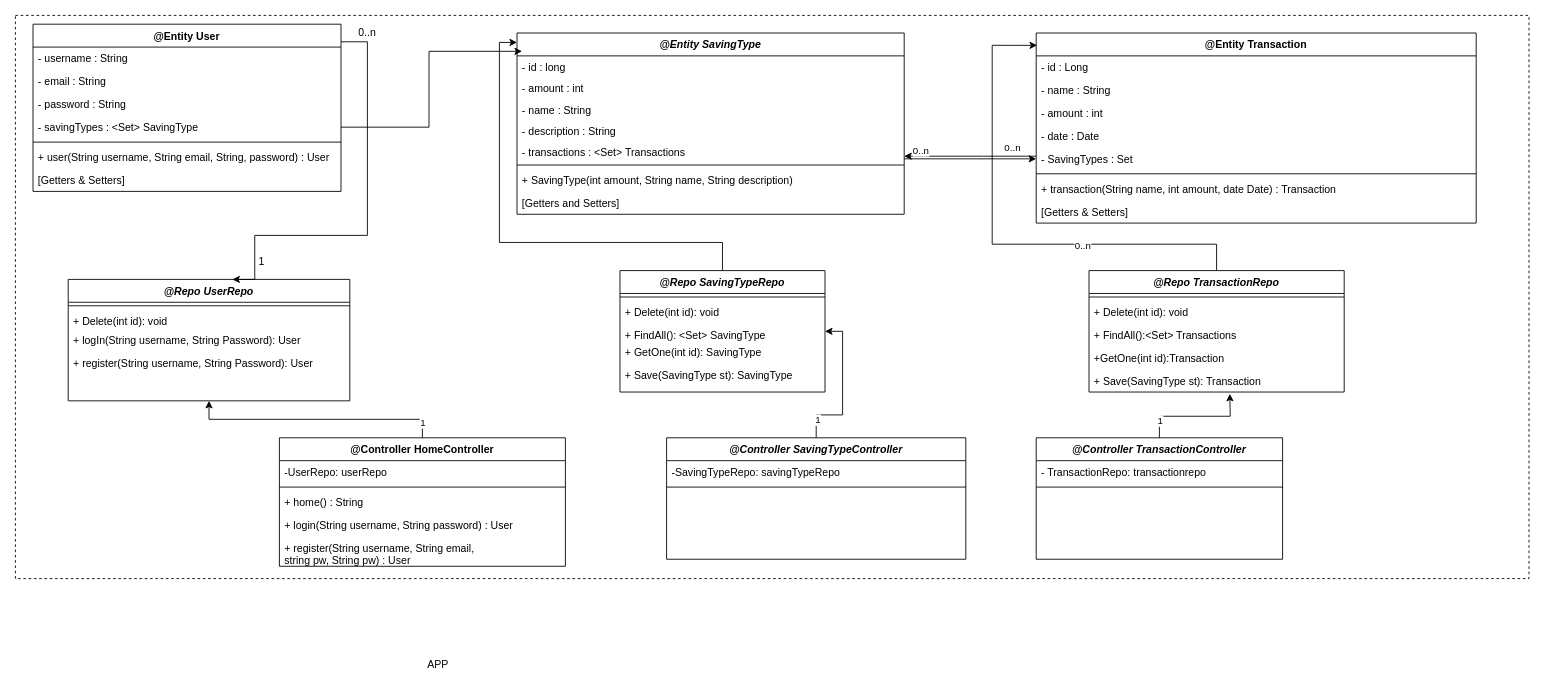
bhs15/BaraSpara-Hopur19 keeps this draw.io diagram as DIAGRAMS-verkefni-2/UMLCLASS.drawio. Above is the earlier version. Source tidied: cells renumbered, new cells numbered last; positions are measured from the earlier drawing's top-left corner, leaving out a move shared by most shapes. Both pictures are drawn from the tidied source at 88%, with x=0, y=0 at pixel (15, 15).
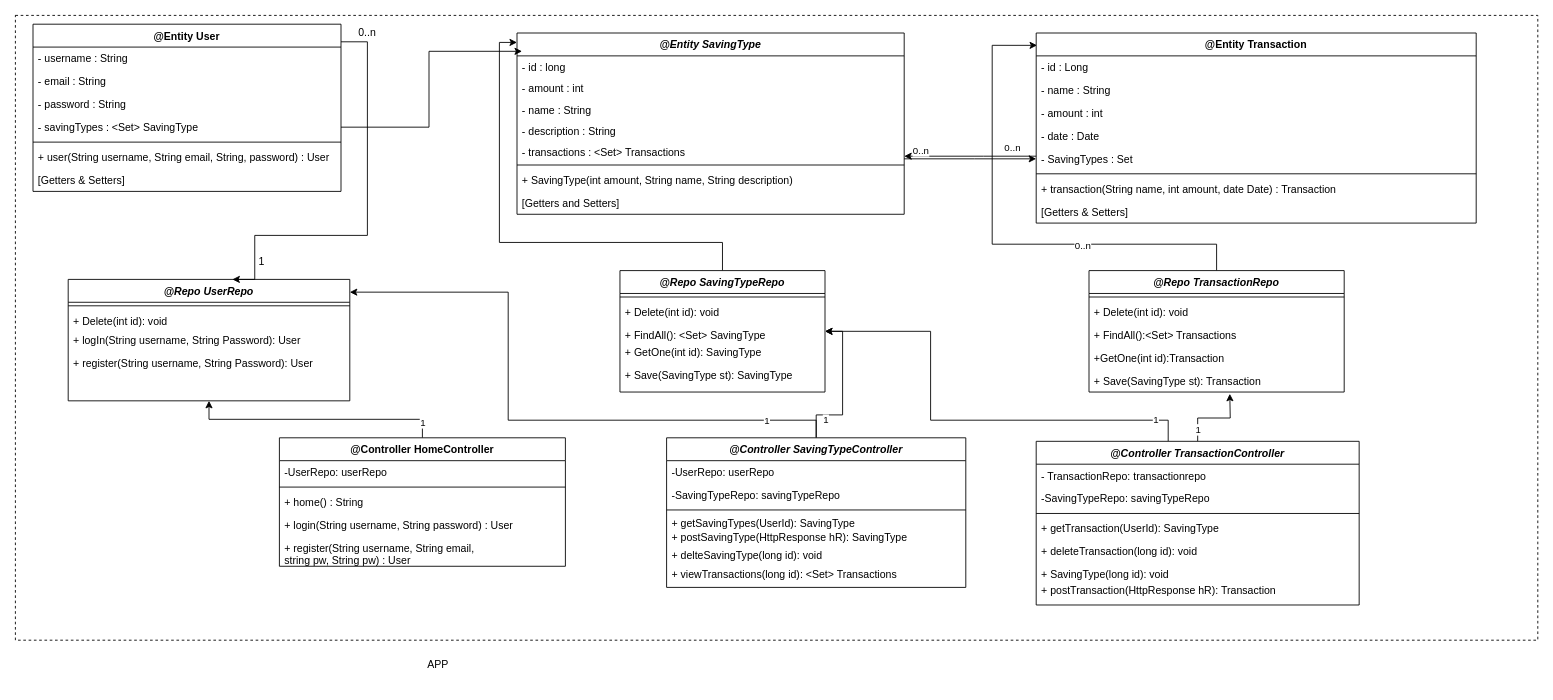
The same diagram, later.

Unchanged cells that the change refers to:
```xml
<mxCell id="13" style="edgeStyle=orthogonalEdgeStyle;rounded=0;jettySize=auto;html=1;entryX=1;entryY=0.5;entryDx=0;entryDy=0;" parent="1" edge="1" source="15" target="24">
  <mxGeometry relative="1" as="geometry" />
</mxCell>
<mxCell id="24" value="@Repo SavingTypeRepo" style="swimlane;fontStyle=3;align=center;verticalAlign=top;horizontal=1;startSize=26;rounded=0;shadow=0;strokeWidth=1;" parent="1" vertex="1">
  <mxGeometry x="687" y="290" width="233" height="138" as="geometry" />
</mxCell>
<mxCell id="28" value="@Repo UserRepo" style="swimlane;fontStyle=3;align=center;verticalAlign=top;horizontal=1;startSize=26;rounded=0;shadow=0;strokeWidth=1;" parent="1" vertex="1">
  <mxGeometry x="60" y="300" width="320" height="138" as="geometry" />
</mxCell>
```

What changed in the source:
```diff
@@
     <mxCell id="2" style="rounded=0;whiteSpace=wrap;html=1;fillColor=none;dashed=1;" parent="1" vertex="1">
-      <mxGeometry width="1720" height="640" as="geometry" />
+      <mxGeometry width="1730" height="710" as="geometry" />
     </mxCell>
@@
     <mxCell id="14" value="1" style="edgeLabel;html=1;align=center;verticalAlign=middle;" parent="13" vertex="1">
-      <mxGeometry x="-0.75" y="-1" relative="1" as="geometry" />
+      <mxGeometry x="-0.75" y="-1" relative="1" as="geometry">
+        <mxPoint x="9" as="offset" />
+      </mxGeometry>
     </mxCell>
+    <mxCell id="76" style="edgeStyle=orthogonalEdgeStyle;rounded=0;jettySize=auto;html=1;entryX=1;entryY=0.105;entryDx=0;entryDy=0;entryPerimeter=0;" parent="1" edge="1" source="15" target="28">
+      <mxGeometry relative="1" as="geometry">
+        <Array as="points">
+          <mxPoint x="910" y="460" />
+          <mxPoint x="560" y="460" />
+          <mxPoint x="560" y="315" />
+        </Array>
+      </mxGeometry>
+    </mxCell>
+    <mxCell id="77" value="1" style="edgeLabel;html=1;align=center;verticalAlign=middle;" parent="76" vertex="1">
+      <mxGeometry x="-0.78" relative="1" as="geometry" />
+    </mxCell>
     <mxCell id="15" value="@Controller SavingTypeController" style="swimlane;fontStyle=3;align=center;verticalAlign=top;horizontal=1;startSize=26;rounded=0;shadow=0;strokeWidth=1;" parent="1" vertex="1">
-      <mxGeometry x="740" y="480" width="340" height="138" as="geometry" />
+      <mxGeometry x="740" y="480" width="340" height="170" as="geometry" />
     </mxCell>
-    <mxCell id="16" value="-SavingTypeRepo: savingTypeRepo" style="text;align=left;verticalAlign=top;spacingLeft=4;spacingRight=4;overflow=hidden;rounded=0;shadow=0;html=0;" parent="15" vertex="1">
-      <mxGeometry y="26" width="340" height="26" as="geometry" />
-    </mxCell>
+    <mxCell id="78" value="-UserRepo: userRepo" style="text;align=left;verticalAlign=top;spacingLeft=4;spacingRight=4;overflow=hidden;rounded=0;shadow=0;html=0;" parent="15" vertex="1">
+      <mxGeometry y="26" width="340" height="26" as="geometry" />
+    </mxCell>
+    <mxCell id="79" value="-SavingTypeRepo: savingTypeRepo" style="text;align=left;verticalAlign=top;spacingLeft=4;spacingRight=4;overflow=hidden;rounded=0;shadow=0;html=0;" parent="15" vertex="1">
+      <mxGeometry y="52" width="340" height="26" as="geometry" />
+    </mxCell>
     <mxCell id="17" style="line;html=1;strokeWidth=1;align=left;verticalAlign=middle;spacingTop=-1;spacingLeft=3;spacingRight=3;labelPosition=right;" parent="15" vertex="1">
-      <mxGeometry y="52" width="340" height="8" as="geometry" />
+      <mxGeometry y="78" width="340" height="8" as="geometry" />
     </mxCell>
@@
+    <mxCell id="80" style="edgeStyle=orthogonalEdgeStyle;rounded=0;jettySize=auto;html=1;entryX=1;entryY=0.5;entryDx=0;entryDy=0;" parent="1" edge="1" source="20" target="24">
+      <mxGeometry relative="1" as="geometry">
+        <Array as="points">
+          <mxPoint x="1310" y="460" />
+          <mxPoint x="1040" y="460" />
+          <mxPoint x="1040" y="359" />
+        </Array>
+      </mxGeometry>
+    </mxCell>
+    <mxCell id="81" value="1" style="edgeLabel;html=1;align=center;verticalAlign=middle;" parent="80" vertex="1">
+      <mxGeometry x="-0.85" y="-1" relative="1" as="geometry" />
+    </mxCell>
     <mxCell id="20" value="@Controller TransactionController" style="swimlane;fontStyle=3;align=center;verticalAlign=top;horizontal=1;startSize=26;rounded=0;shadow=0;strokeWidth=1;" parent="1" vertex="1">
-      <mxGeometry x="1160" y="480" width="280" height="138" as="geometry" />
+      <mxGeometry x="1160" y="484" width="367" height="186" as="geometry" />
     </mxCell>
     <mxCell id="21" value="- TransactionRepo: transactionrepo" style="text;align=left;verticalAlign=top;spacingLeft=4;spacingRight=4;overflow=hidden;rounded=0;shadow=0;html=0;" parent="20" vertex="1">
-      <mxGeometry y="26" width="280" height="26" as="geometry" />
+      <mxGeometry y="26" width="367" height="26" as="geometry" />
     </mxCell>
+    <mxCell id="16" value="-SavingTypeRepo: savingTypeRepo" style="text;align=left;verticalAlign=top;spacingLeft=4;spacingRight=4;overflow=hidden;rounded=0;shadow=0;html=0;" parent="20" vertex="1">
+      <mxGeometry y="52" width="367" height="26" as="geometry" />
+    </mxCell>
     <mxCell id="22" style="line;html=1;strokeWidth=1;align=left;verticalAlign=middle;spacingTop=-1;spacingLeft=3;spacingRight=3;labelPosition=right;" parent="20" vertex="1">
-      <mxGeometry y="52" width="280" height="8" as="geometry" />
+      <mxGeometry y="78" width="367" height="8" as="geometry" />
     </mxCell>
+    <mxCell id="82" value="+ getTransaction(UserId): SavingType" style="text;strokeColor=none;fillColor=none;align=left;verticalAlign=top;spacingLeft=4;spacingRight=4;overflow=hidden;" parent="20" vertex="1">
+      <mxGeometry y="86" width="367" height="26" as="geometry" />
+    </mxCell>
@@
+    <mxCell id="83" value="+ getSavingTypes(UserId): SavingType" style="text;strokeColor=none;fillColor=none;align=left;verticalAlign=top;spacingLeft=4;spacingRight=4;overflow=hidden;" parent="1" vertex="1">
+      <mxGeometry x="740" y="564" width="340" height="26" as="geometry" />
+    </mxCell>
+    <mxCell id="84" value="+ postSavingType(HttpResponse hR): SavingType" style="text;strokeColor=none;fillColor=none;align=left;verticalAlign=top;spacingLeft=4;spacingRight=4;overflow=hidden;" parent="1" vertex="1">
+      <mxGeometry x="740" y="580" width="340" height="26" as="geometry" />
+    </mxCell>
+    <mxCell id="85" value="+ delteSavingType(long id): void" style="text;strokeColor=none;fillColor=none;align=left;verticalAlign=top;spacingLeft=4;spacingRight=4;overflow=hidden;" parent="1" vertex="1">
+      <mxGeometry x="740" y="600" width="340" height="26" as="geometry" />
+    </mxCell>
+    <mxCell id="86" value="+ postTransaction(HttpResponse hR): Transaction" style="text;strokeColor=none;fillColor=none;align=left;verticalAlign=top;spacingLeft=4;spacingRight=4;overflow=hidden;" parent="1" vertex="1">
+      <mxGeometry x="1160" y="640" width="340" height="26" as="geometry" />
+    </mxCell>
+    <mxCell id="87" value="+ deleteTransaction(long id): void" style="text;strokeColor=none;fillColor=none;align=left;verticalAlign=top;spacingLeft=4;spacingRight=4;overflow=hidden;" parent="1" vertex="1">
+      <mxGeometry x="1160" y="596" width="340" height="26" as="geometry" />
+    </mxCell>
+    <mxCell id="88" value="+ SavingType(long id): void" style="text;strokeColor=none;fillColor=none;align=left;verticalAlign=top;spacingLeft=4;spacingRight=4;overflow=hidden;" parent="1" vertex="1">
+      <mxGeometry x="1160" y="622" width="340" height="26" as="geometry" />
+    </mxCell>
+    <mxCell id="89" value="+ viewTransactions(long id): &lt;Set&gt; Transactions" style="text;strokeColor=none;fillColor=none;align=left;verticalAlign=top;spacingLeft=4;spacingRight=4;overflow=hidden;" parent="1" vertex="1">
+      <mxGeometry x="740" y="622" width="340" height="26" as="geometry" />
+    </mxCell>
```
